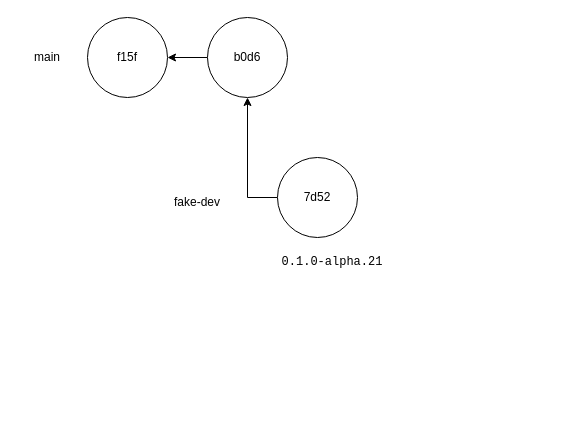
Above: .github/gitversion.drawio in bcgov/zeva2 (draw.io), before the change. Source tidied: cells renumbered, new cells numbered last; positions are measured from the earlier drawing's top-left corner, leaving out a move shared by most shapes. Both pictures are drawn from the tidied source at 100%, with x=0, y=0 at pixel (17, 17).
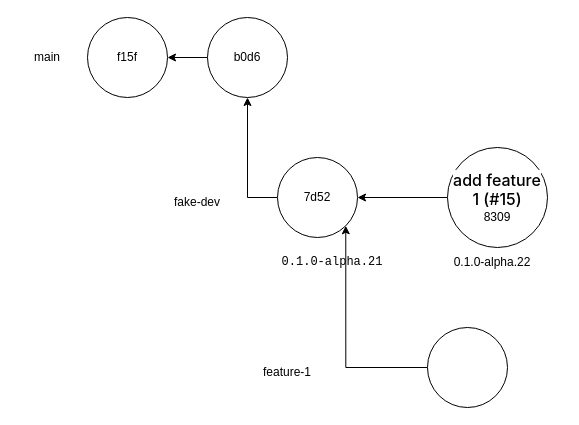
The same diagram, later.

What changed in the source:
```diff
@@
 <mxGraphModel>
   <root>
     <mxCell id="0" />
     <mxCell id="1" parent="0" />
     <mxCell id="2" style="edgeStyle=orthogonalEdgeStyle;rounded=0;jettySize=auto;html=1;exitX=0;exitY=0.5;exitDx=0;exitDy=0;entryX=1;entryY=0.5;entryDx=0;entryDy=0;" parent="1" edge="1" source="3" target="4">
       <mxGeometry relative="1" as="geometry" />
     </mxCell>
     <mxCell id="3" value="b0d6" style="ellipse;whiteSpace=wrap;html=1;" parent="1" vertex="1">
       <mxGeometry x="190" width="80" height="80" as="geometry" />
     </mxCell>
     <mxCell id="4" value="f15f" style="ellipse;whiteSpace=wrap;html=1;" parent="1" vertex="1">
       <mxGeometry x="70" width="80" height="80" as="geometry" />
     </mxCell>
     <mxCell id="5" value="main" style="text;html=1;align=center;verticalAlign=middle;whiteSpace=wrap;rounded=0;" parent="1" vertex="1">
       <mxGeometry y="25" width="60" height="30" as="geometry" />
     </mxCell>
     <mxCell id="6" style="edgeStyle=orthogonalEdgeStyle;rounded=0;jettySize=auto;html=1;exitX=0;exitY=0.5;exitDx=0;exitDy=0;entryX=0.5;entryY=1;entryDx=0;entryDy=0;" parent="1" edge="1" source="7" target="3">
       <mxGeometry relative="1" as="geometry" />
     </mxCell>
     <mxCell id="7" value="7d52" style="ellipse;whiteSpace=wrap;html=1;" parent="1" vertex="1">
       <mxGeometry x="260" y="140" width="80" height="80" as="geometry" />
     </mxCell>
     <mxCell id="8" value="fake-dev" style="text;html=1;align=center;verticalAlign=middle;whiteSpace=wrap;rounded=0;" parent="1" vertex="1">
       <mxGeometry x="150" y="170" width="60" height="30" as="geometry" />
     </mxCell>
     <mxCell id="9" value="&lt;pre style=&quot;color: rgb(0, 0, 0); font-style: normal; font-variant-ligatures: normal; font-variant-caps: normal; font-weight: 400; letter-spacing: normal; orphans: 2; text-align: start; text-indent: 0px; text-transform: none; widows: 2; word-spacing: 0px; -webkit-text-stroke-width: 0px; text-decoration-thickness: initial; text-decoration-style: initial; text-decoration-color: initial; overflow-wrap: break-word; white-space: pre-wrap;&quot;&gt;0.1.0-alpha.21&lt;/pre&gt;" style="text;html=1;align=center;verticalAlign=middle;whiteSpace=wrap;rounded=0;" parent="1" vertex="1">
       <mxGeometry x="250" y="230" width="130" height="30" as="geometry" />
     </mxCell>
+    <mxCell id="10" style="edgeStyle=orthogonalEdgeStyle;rounded=0;jettySize=auto;html=1;exitX=0;exitY=0.5;exitDx=0;exitDy=0;entryX=1;entryY=0.5;entryDx=0;entryDy=0;" parent="1" edge="1" source="11" target="7">
+      <mxGeometry relative="1" as="geometry" />
+    </mxCell>
+    <mxCell id="11" value="&lt;a style=&quot;box-sizing: border-box; background-color: rgb(255, 255, 255); text-decoration: none; font-family: -apple-system, &amp;quot;system-ui&amp;quot;, &amp;quot;Segoe UI&amp;quot;, &amp;quot;Noto Sans&amp;quot;, Helvetica, Arial, sans-serif, &amp;quot;Apple Color Emoji&amp;quot;, &amp;quot;Segoe UI Emoji&amp;quot;; font-size: 16px; font-style: normal; font-variant-ligatures: normal; font-variant-caps: normal; font-weight: 500; letter-spacing: normal; orphans: 2; text-align: left; text-indent: 0px; text-transform: none; widows: 2; word-spacing: 0px; -webkit-text-stroke-width: 0px; white-space: normal; color: var(--fgColor-default, var(--color-fg-default)) !important;&quot; tabindex=&quot;-1&quot; href=&quot;https://github.com/bcgov/zeva2/commit/8309c5457d0b6476842b45a23bca348d3da30458&quot; class=&quot;color-fg-default&quot; title=&quot;add feature 1 (#15)&quot;&gt;add feature 1 (&lt;/a&gt;&lt;a style=&quot;box-sizing: border-box; background-color: rgb(255, 255, 255); color: var(--fgColor-accent, var(--color-accent-fg)); text-decoration: none; font-family: -apple-system, &amp;quot;system-ui&amp;quot;, &amp;quot;Segoe UI&amp;quot;, &amp;quot;Noto Sans&amp;quot;, Helvetica, Arial, sans-serif, &amp;quot;Apple Color Emoji&amp;quot;, &amp;quot;Segoe UI Emoji&amp;quot;; font-size: 16px; font-style: normal; font-variant-ligatures: normal; font-variant-caps: normal; font-weight: 500; letter-spacing: normal; orphans: 2; text-align: left; text-indent: 0px; text-transform: none; widows: 2; word-spacing: 0px; -webkit-text-stroke-width: 0px; white-space: normal;&quot; tabindex=&quot;-1&quot; href=&quot;https://github.com/bcgov/zeva2/pull/15&quot; class=&quot;issue-link js-issue-link&quot;&gt;#15&lt;/a&gt;&lt;a style=&quot;box-sizing: border-box; background-color: rgb(255, 255, 255); text-decoration: none; font-family: -apple-system, &amp;quot;system-ui&amp;quot;, &amp;quot;Segoe UI&amp;quot;, &amp;quot;Noto Sans&amp;quot;, Helvetica, Arial, sans-serif, &amp;quot;Apple Color Emoji&amp;quot;, &amp;quot;Segoe UI Emoji&amp;quot;; font-size: 16px; font-style: normal; font-variant-ligatures: normal; font-variant-caps: normal; font-weight: 500; letter-spacing: normal; orphans: 2; text-align: left; text-indent: 0px; text-transform: none; widows: 2; word-spacing: 0px; -webkit-text-stroke-width: 0px; white-space: normal; color: var(--fgColor-default, var(--color-fg-default)) !important;&quot; tabindex=&quot;-1&quot; href=&quot;https://github.com/bcgov/zeva2/commit/8309c5457d0b6476842b45a23bca348d3da30458&quot; class=&quot;color-fg-default&quot; title=&quot;add feature 1 (#15)&quot;&gt;)&lt;/a&gt;&lt;div&gt;8309&lt;/div&gt;" style="ellipse;whiteSpace=wrap;html=1;" parent="1" vertex="1">
+      <mxGeometry x="430" y="130" width="100" height="100" as="geometry" />
+    </mxCell>
+    <mxCell id="12" value="0.1.0-alpha.22" style="text;html=1;align=center;verticalAlign=middle;whiteSpace=wrap;rounded=0;" parent="1" vertex="1">
+      <mxGeometry x="405" y="230" width="140" height="30" as="geometry" />
+    </mxCell>
+    <mxCell id="13" style="edgeStyle=orthogonalEdgeStyle;rounded=0;jettySize=auto;html=1;exitX=0;exitY=0.5;exitDx=0;exitDy=0;entryX=1;entryY=1;entryDx=0;entryDy=0;" parent="1" edge="1" source="14" target="7">
+      <mxGeometry relative="1" as="geometry" />
+    </mxCell>
+    <mxCell id="14" style="ellipse;whiteSpace=wrap;html=1;" parent="1" vertex="1">
+      <mxGeometry x="410" y="310" width="80" height="80" as="geometry" />
+    </mxCell>
+    <mxCell id="15" value="feature-1" style="text;html=1;align=center;verticalAlign=middle;whiteSpace=wrap;rounded=0;" parent="1" vertex="1">
+      <mxGeometry x="240" y="340" width="60" height="30" as="geometry" />
+    </mxCell>
   </root>
 </mxGraphModel>
```
